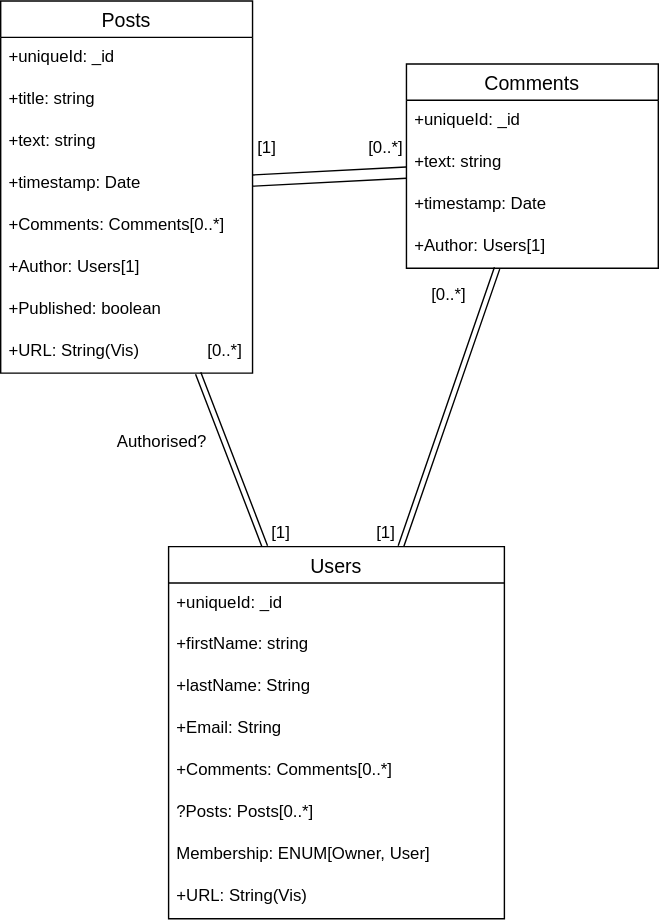
Before: public/diagrams/models.drawio.svg, a diagram exported from draw.io (DanishKodeMonkey/DKM-blog-backend). Source tidied: cells renumbered, new cells last; positions are measured from the earlier drawing's top-left corner, leaving out a move shared by most shapes. Source of this version:
```xml
<mxGraphModel>
  <root>
    <mxCell id="0" />
    <mxCell id="1" parent="0" />
    <mxCell id="2" style="edgeStyle=none;html=1;shape=link;width=8;" parent="1" edge="1" source="3" target="12">
      <mxGeometry relative="1" as="geometry" />
    </mxCell>
    <mxCell id="3" value="Posts" style="swimlane;fontStyle=0;horizontal=1;startSize=26;align=center;fontSize=14;" parent="1" vertex="1">
      <mxGeometry width="180" height="266" as="geometry" />
    </mxCell>
    <mxCell id="4" value="+uniqueId: _id" style="text;strokeColor=none;fillColor=none;spacingLeft=4;spacingRight=4;overflow=hidden;fontSize=12;" parent="3" vertex="1">
      <mxGeometry y="26" width="180" height="30" as="geometry" />
    </mxCell>
    <mxCell id="5" value="+title: string" style="text;strokeColor=none;fillColor=none;spacingLeft=4;spacingRight=4;overflow=hidden;fontSize=12;" parent="3" vertex="1">
      <mxGeometry y="56" width="180" height="30" as="geometry" />
    </mxCell>
    <mxCell id="6" value="+text: string" style="text;strokeColor=none;fillColor=none;spacingLeft=4;spacingRight=4;overflow=hidden;fontSize=12;" parent="3" vertex="1">
      <mxGeometry y="86" width="180" height="30" as="geometry" />
    </mxCell>
    <mxCell id="7" value="+timestamp: Date" style="text;strokeColor=none;fillColor=none;spacingLeft=4;spacingRight=4;overflow=hidden;fontSize=12;" parent="3" vertex="1">
      <mxGeometry y="116" width="180" height="30" as="geometry" />
    </mxCell>
    <mxCell id="8" value="+Comments: Comments[0..*]" style="text;strokeColor=none;fillColor=none;spacingLeft=4;spacingRight=4;overflow=hidden;fontSize=12;" parent="3" vertex="1">
      <mxGeometry y="146" width="180" height="30" as="geometry" />
    </mxCell>
    <mxCell id="9" value="+Author: Users[1]" style="text;strokeColor=none;fillColor=none;spacingLeft=4;spacingRight=4;overflow=hidden;fontSize=12;" parent="3" vertex="1">
      <mxGeometry y="176" width="180" height="30" as="geometry" />
    </mxCell>
    <mxCell id="10" value="+Published: boolean" style="text;strokeColor=none;fillColor=none;spacingLeft=4;spacingRight=4;overflow=hidden;fontSize=12;" parent="3" vertex="1">
      <mxGeometry y="206" width="180" height="30" as="geometry" />
    </mxCell>
    <mxCell id="11" value="+URL: String(Vis)" style="text;strokeColor=none;fillColor=none;spacingLeft=4;spacingRight=4;overflow=hidden;fontSize=12;" parent="3" vertex="1">
      <mxGeometry y="236" width="180" height="30" as="geometry" />
    </mxCell>
    <mxCell id="12" value="Comments" style="swimlane;fontStyle=0;horizontal=1;startSize=26;align=center;fontSize=14;" parent="1" vertex="1">
      <mxGeometry x="290" y="45" width="180" height="146" as="geometry" />
    </mxCell>
    <mxCell id="13" value="+uniqueId: _id" style="text;strokeColor=none;fillColor=none;spacingLeft=4;spacingRight=4;overflow=hidden;fontSize=12;" parent="12" vertex="1">
      <mxGeometry y="26" width="180" height="30" as="geometry" />
    </mxCell>
    <mxCell id="14" value="+text: string" style="text;strokeColor=none;fillColor=none;spacingLeft=4;spacingRight=4;overflow=hidden;fontSize=12;" parent="12" vertex="1">
      <mxGeometry y="56" width="180" height="30" as="geometry" />
    </mxCell>
    <mxCell id="15" value="+timestamp: Date" style="text;strokeColor=none;fillColor=none;spacingLeft=4;spacingRight=4;overflow=hidden;fontSize=12;" parent="12" vertex="1">
      <mxGeometry y="86" width="180" height="30" as="geometry" />
    </mxCell>
    <mxCell id="16" value="+Author: Users[1]" style="text;strokeColor=none;fillColor=none;spacingLeft=4;spacingRight=4;overflow=hidden;fontSize=12;" parent="12" vertex="1">
      <mxGeometry y="116" width="180" height="30" as="geometry" />
    </mxCell>
    <mxCell id="17" value="[0..*]" style="text;html=1;align=center;verticalAlign=middle;strokeColor=none;fillColor=none;" parent="1" vertex="1">
      <mxGeometry x="250" y="90" width="50" height="30" as="geometry" />
    </mxCell>
    <mxCell id="18" value="[1]" style="text;html=1;align=center;verticalAlign=middle;strokeColor=none;fillColor=none;" parent="1" vertex="1">
      <mxGeometry x="170" y="90" width="40" height="30" as="geometry" />
    </mxCell>
    <mxCell id="19" style="edgeStyle=none;shape=link;html=1;" parent="1" edge="1" source="21" target="3">
      <mxGeometry relative="1" as="geometry" />
    </mxCell>
    <mxCell id="20" style="edgeStyle=none;shape=link;html=1;" parent="1" edge="1" source="21" target="12">
      <mxGeometry relative="1" as="geometry" />
    </mxCell>
    <mxCell id="21" value="Users" style="swimlane;fontStyle=0;horizontal=1;startSize=26;align=center;fontSize=14;" parent="1" vertex="1">
      <mxGeometry x="120" y="390" width="240" height="266" as="geometry" />
    </mxCell>
    <mxCell id="22" value="+uniqueId: _id" style="text;strokeColor=none;fillColor=none;spacingLeft=4;spacingRight=4;overflow=hidden;fontSize=12;" parent="21" vertex="1">
      <mxGeometry y="26" width="240" height="30" as="geometry" />
    </mxCell>
    <mxCell id="23" value="+firstName: string" style="text;strokeColor=none;fillColor=none;spacingLeft=4;spacingRight=4;overflow=hidden;fontSize=12;" parent="21" vertex="1">
      <mxGeometry y="56" width="240" height="30" as="geometry" />
    </mxCell>
    <mxCell id="24" value="+lastName: String" style="text;strokeColor=none;fillColor=none;spacingLeft=4;spacingRight=4;overflow=hidden;fontSize=12;" parent="21" vertex="1">
      <mxGeometry y="86" width="240" height="30" as="geometry" />
    </mxCell>
    <mxCell id="25" value="+Email: String" style="text;strokeColor=none;fillColor=none;spacingLeft=4;spacingRight=4;overflow=hidden;fontSize=12;" parent="21" vertex="1">
      <mxGeometry y="116" width="240" height="30" as="geometry" />
    </mxCell>
    <mxCell id="26" value="+Comments: Comments[0..*]" style="text;strokeColor=none;fillColor=none;spacingLeft=4;spacingRight=4;overflow=hidden;fontSize=12;" parent="21" vertex="1">
      <mxGeometry y="146" width="240" height="30" as="geometry" />
    </mxCell>
    <mxCell id="27" value="?Posts: Posts[0..*]" style="text;strokeColor=none;fillColor=none;spacingLeft=4;spacingRight=4;overflow=hidden;fontSize=12;" parent="21" vertex="1">
      <mxGeometry y="176" width="240" height="30" as="geometry" />
    </mxCell>
    <mxCell id="28" value="Membership: ENUM[Owner, User]" style="text;strokeColor=none;fillColor=none;spacingLeft=4;spacingRight=4;overflow=hidden;fontSize=12;" parent="21" vertex="1">
      <mxGeometry y="206" width="240" height="30" as="geometry" />
    </mxCell>
    <mxCell id="29" value="+URL: String(Vis)" style="text;strokeColor=none;fillColor=none;spacingLeft=4;spacingRight=4;overflow=hidden;fontSize=12;" parent="21" vertex="1">
      <mxGeometry y="236" width="240" height="30" as="geometry" />
    </mxCell>
    <mxCell id="30" value="[1]" style="text;html=1;align=center;verticalAlign=middle;strokeColor=none;fillColor=none;" parent="1" vertex="1">
      <mxGeometry x="180" y="365" width="40" height="30" as="geometry" />
    </mxCell>
    <mxCell id="31" value="[1]" style="text;html=1;align=center;verticalAlign=middle;strokeColor=none;fillColor=none;" parent="1" vertex="1">
      <mxGeometry x="255" y="365" width="40" height="30" as="geometry" />
    </mxCell>
    <mxCell id="32" value="[0..*]" style="text;html=1;align=center;verticalAlign=middle;strokeColor=none;fillColor=none;" parent="1" vertex="1">
      <mxGeometry x="135" y="235" width="50" height="30" as="geometry" />
    </mxCell>
    <mxCell id="33" value="Authorised?&amp;nbsp;" style="text;html=1;align=center;verticalAlign=middle;strokeColor=none;fillColor=none;" parent="1" vertex="1">
      <mxGeometry x="70" y="300" width="90" height="30" as="geometry" />
    </mxCell>
    <mxCell id="34" value="[0..*]" style="text;html=1;align=center;verticalAlign=middle;strokeColor=none;fillColor=none;" parent="1" vertex="1">
      <mxGeometry x="295" y="195" width="50" height="30" as="geometry" />
    </mxCell>
  </root>
</mxGraphModel>
```
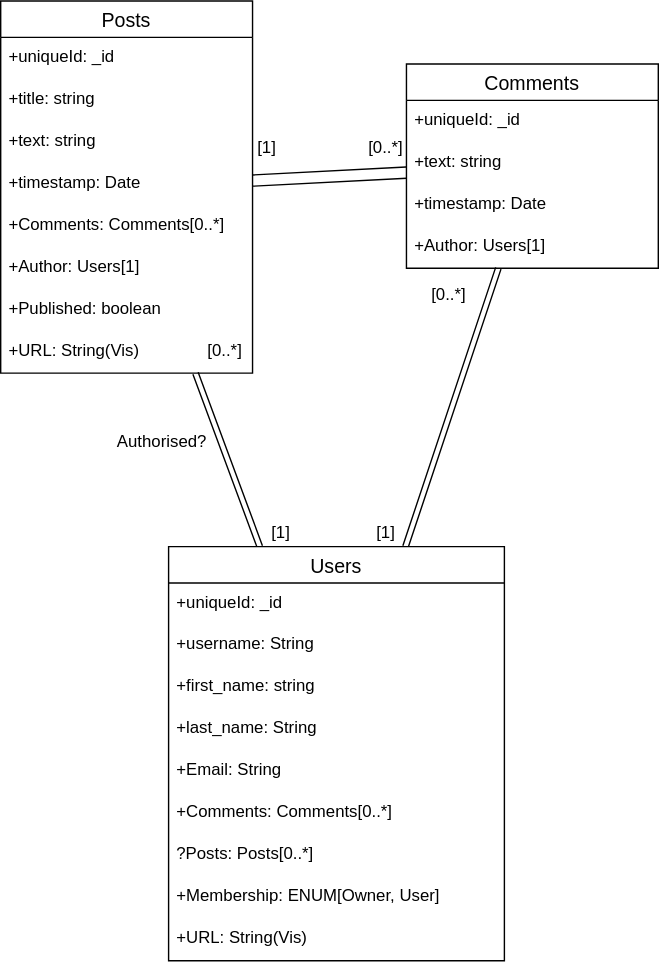
The same file after the commit.

Diff of the diagram source:
```diff
@@ -60,31 +60,34 @@
       <mxGeometry relative="1" as="geometry" />
     </mxCell>
     <mxCell id="21" value="Users" style="swimlane;fontStyle=0;horizontal=1;startSize=26;align=center;fontSize=14;" parent="1" vertex="1">
-      <mxGeometry x="120" y="390" width="240" height="266" as="geometry" />
+      <mxGeometry x="120" y="390" width="240" height="296" as="geometry" />
     </mxCell>
     <mxCell id="22" value="+uniqueId: _id" style="text;strokeColor=none;fillColor=none;spacingLeft=4;spacingRight=4;overflow=hidden;fontSize=12;" parent="21" vertex="1">
       <mxGeometry y="26" width="240" height="30" as="geometry" />
     </mxCell>
+    <mxCell id="35" value="+username: String" style="text;strokeColor=none;fillColor=none;spacingLeft=4;spacingRight=4;overflow=hidden;fontSize=12;" parent="21" vertex="1">
+      <mxGeometry y="56" width="240" height="30" as="geometry" />
+    </mxCell>
-    <mxCell id="23" value="+firstName: string" style="text;strokeColor=none;fillColor=none;spacingLeft=4;spacingRight=4;overflow=hidden;fontSize=12;" parent="21" vertex="1">
-      <mxGeometry y="56" width="240" height="30" as="geometry" />
+    <mxCell id="23" value="+first_name: string" style="text;strokeColor=none;fillColor=none;spacingLeft=4;spacingRight=4;overflow=hidden;fontSize=12;" parent="21" vertex="1">
+      <mxGeometry y="86" width="240" height="30" as="geometry" />
     </mxCell>
-    <mxCell id="24" value="+lastName: String" style="text;strokeColor=none;fillColor=none;spacingLeft=4;spacingRight=4;overflow=hidden;fontSize=12;" parent="21" vertex="1">
-      <mxGeometry y="86" width="240" height="30" as="geometry" />
+    <mxCell id="24" value="+last_name: String" style="text;strokeColor=none;fillColor=none;spacingLeft=4;spacingRight=4;overflow=hidden;fontSize=12;" parent="21" vertex="1">
+      <mxGeometry y="116" width="240" height="30" as="geometry" />
     </mxCell>
     <mxCell id="25" value="+Email: String" style="text;strokeColor=none;fillColor=none;spacingLeft=4;spacingRight=4;overflow=hidden;fontSize=12;" parent="21" vertex="1">
-      <mxGeometry y="116" width="240" height="30" as="geometry" />
+      <mxGeometry y="146" width="240" height="30" as="geometry" />
     </mxCell>
     <mxCell id="26" value="+Comments: Comments[0..*]" style="text;strokeColor=none;fillColor=none;spacingLeft=4;spacingRight=4;overflow=hidden;fontSize=12;" parent="21" vertex="1">
-      <mxGeometry y="146" width="240" height="30" as="geometry" />
+      <mxGeometry y="176" width="240" height="30" as="geometry" />
     </mxCell>
     <mxCell id="27" value="?Posts: Posts[0..*]" style="text;strokeColor=none;fillColor=none;spacingLeft=4;spacingRight=4;overflow=hidden;fontSize=12;" parent="21" vertex="1">
-      <mxGeometry y="176" width="240" height="30" as="geometry" />
+      <mxGeometry y="206" width="240" height="30" as="geometry" />
     </mxCell>
-    <mxCell id="28" value="Membership: ENUM[Owner, User]" style="text;strokeColor=none;fillColor=none;spacingLeft=4;spacingRight=4;overflow=hidden;fontSize=12;" parent="21" vertex="1">
-      <mxGeometry y="206" width="240" height="30" as="geometry" />
+    <mxCell id="28" value="+Membership: ENUM[Owner, User]" style="text;strokeColor=none;fillColor=none;spacingLeft=4;spacingRight=4;overflow=hidden;fontSize=12;" parent="21" vertex="1">
+      <mxGeometry y="236" width="240" height="30" as="geometry" />
     </mxCell>
     <mxCell id="29" value="+URL: String(Vis)" style="text;strokeColor=none;fillColor=none;spacingLeft=4;spacingRight=4;overflow=hidden;fontSize=12;" parent="21" vertex="1">
-      <mxGeometry y="236" width="240" height="30" as="geometry" />
+      <mxGeometry y="266" width="240" height="30" as="geometry" />
     </mxCell>
     <mxCell id="30" value="[1]" style="text;html=1;align=center;verticalAlign=middle;strokeColor=none;fillColor=none;" parent="1" vertex="1">
       <mxGeometry x="180" y="365" width="40" height="30" as="geometry" />
```
